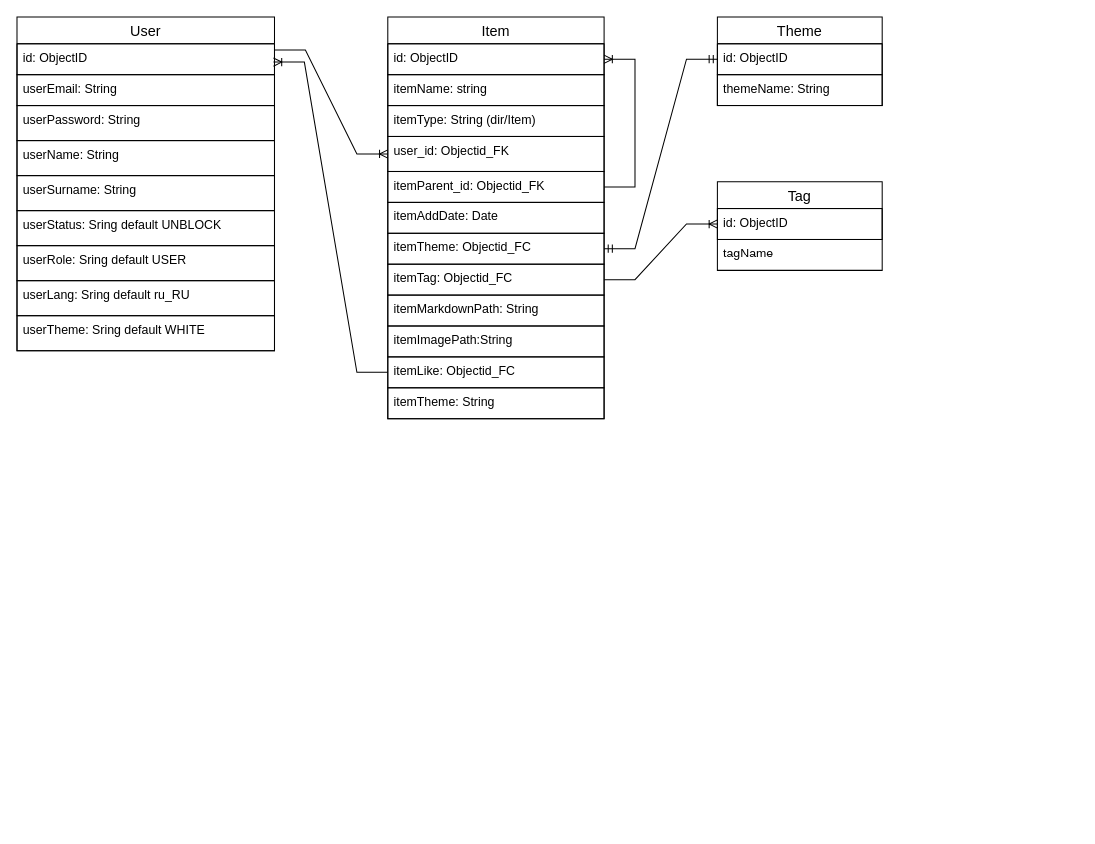
This is mongoDBdiagramm.drawio from Evg-const/curs-project, a draw.io file, before an edit. Source tidied: cells renumbered, new cells numbered last; positions are measured from the earlier drawing's top-left corner, leaving out a move shared by most shapes. Both pictures are drawn from the tidied source at 103%, with x=0, y=0 at pixel (16, 16).
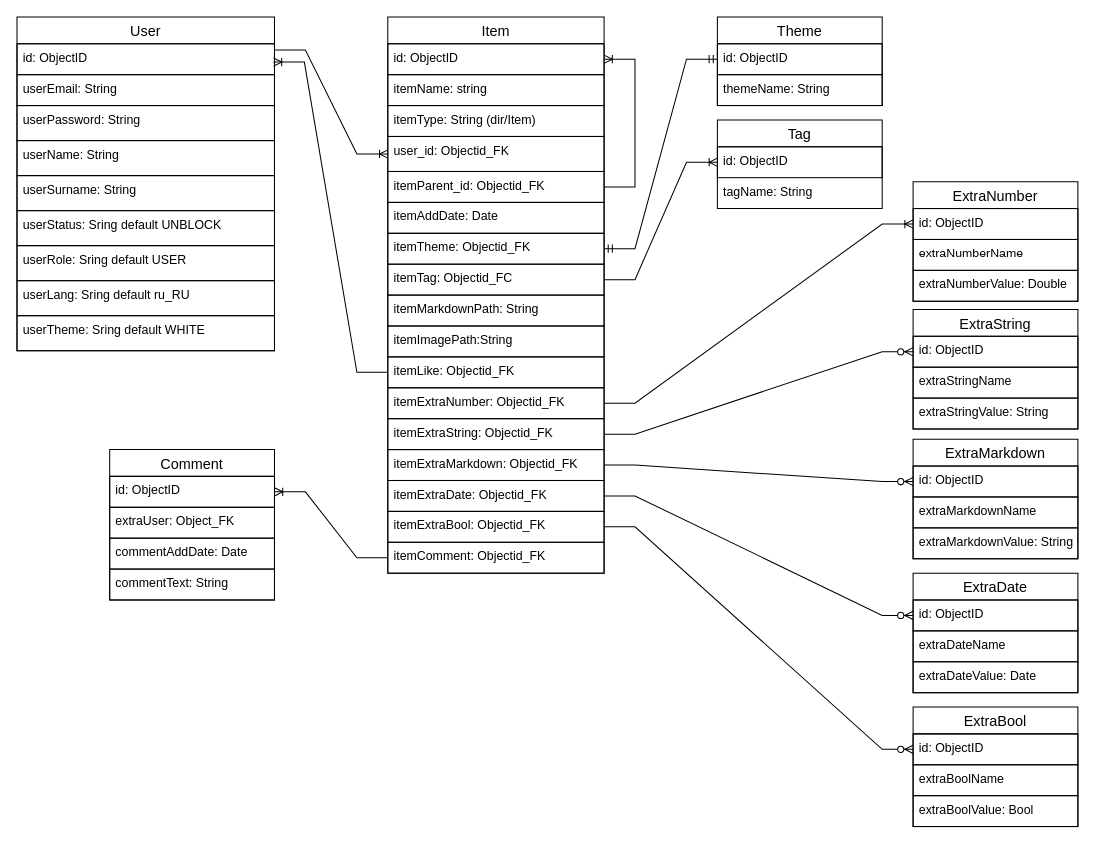
After the change.

What changed in the source:
```diff
@@
     <mxCell id="5" value="Tag" style="swimlane;fontStyle=0;horizontal=1;startSize=26;align=center;fontSize=14;" parent="1" vertex="1">
-      <mxGeometry x="680" y="160" width="160" height="86" as="geometry" />
+      <mxGeometry x="680" y="100" width="160" height="86" as="geometry" />
     </mxCell>
@@
-    <mxCell id="7" value="tagName" style="text;strokeColor=none;fillColor=none;spacingLeft=4;spacingRight=4;overflow=hidden;fontSize=12;" parent="5" vertex="1">
+    <mxCell id="7" value="tagName: String" style="text;strokeColor=none;fillColor=none;spacingLeft=4;spacingRight=4;overflow=hidden;fontSize=12;" parent="5" vertex="1">
       <mxGeometry y="56" width="160" height="30" as="geometry" />
     </mxCell>
@@
     <mxCell id="18" value="Item" style="swimlane;fontStyle=0;horizontal=1;startSize=26;align=center;fontSize=14;strokeColor=default;" parent="1" vertex="1">
-      <mxGeometry x="360" width="210" height="390" as="geometry" />
+      <mxGeometry x="360" width="210" height="540" as="geometry" />
     </mxCell>
@@
-    <mxCell id="25" value="itemTheme: Objectid_FC" style="text;strokeColor=default;fillColor=none;spacingLeft=4;spacingRight=4;overflow=hidden;points=[[0,0.5],[1,0.5]];portConstraint=eastwest;fontSize=12;" parent="18" vertex="1">
+    <mxCell id="25" value="itemTheme: Objectid_FK" style="text;strokeColor=default;fillColor=none;spacingLeft=4;spacingRight=4;overflow=hidden;points=[[0,0.5],[1,0.5]];portConstraint=eastwest;fontSize=12;" parent="18" vertex="1">
       <mxGeometry y="210" width="210" height="30" as="geometry" />
     </mxCell>
@@
-    <mxCell id="29" value="itemLike: Objectid_FC" style="text;strokeColor=default;fillColor=none;spacingLeft=4;spacingRight=4;overflow=hidden;points=[[0,0.5],[1,0.5]];portConstraint=eastwest;fontSize=12;" parent="18" vertex="1">
+    <mxCell id="29" value="itemLike: Objectid_FK" style="text;strokeColor=default;fillColor=none;spacingLeft=4;spacingRight=4;overflow=hidden;points=[[0,0.5],[1,0.5]];portConstraint=eastwest;fontSize=12;" parent="18" vertex="1">
       <mxGeometry y="330" width="210" height="30" as="geometry" />
     </mxCell>
@@
-    <mxCell id="31" value="itemTheme: String" style="text;strokeColor=default;fillColor=none;spacingLeft=4;spacingRight=4;overflow=hidden;points=[[0,0.5],[1,0.5]];portConstraint=eastwest;fontSize=12;" parent="18" vertex="1">
+    <mxCell id="31" value="itemExtraNumber: Objectid_FK" style="text;strokeColor=default;fillColor=none;spacingLeft=4;spacingRight=4;overflow=hidden;points=[[0,0.5],[1,0.5]];portConstraint=eastwest;fontSize=12;" parent="18" vertex="1">
       <mxGeometry y="360" width="210" height="30" as="geometry" />
     </mxCell>
+    <mxCell id="36" value="itemExtraString: Objectid_FK" style="text;strokeColor=default;fillColor=none;spacingLeft=4;spacingRight=4;overflow=hidden;points=[[0,0.5],[1,0.5]];portConstraint=eastwest;fontSize=12;" parent="18" vertex="1">
+      <mxGeometry y="390" width="210" height="30" as="geometry" />
+    </mxCell>
+    <mxCell id="37" value="itemExtraMarkdown: Objectid_FK" style="text;strokeColor=default;fillColor=none;spacingLeft=4;spacingRight=4;overflow=hidden;points=[[0,0.5],[1,0.5]];portConstraint=eastwest;fontSize=12;" parent="18" vertex="1">
+      <mxGeometry y="420" width="210" height="30" as="geometry" />
+    </mxCell>
+    <mxCell id="38" value="itemExtraDate: Objectid_FK" style="text;strokeColor=default;fillColor=none;spacingLeft=4;spacingRight=4;overflow=hidden;points=[[0,0.5],[1,0.5]];portConstraint=eastwest;fontSize=12;" parent="18" vertex="1">
+      <mxGeometry y="450" width="210" height="30" as="geometry" />
+    </mxCell>
+    <mxCell id="39" value="itemExtraBool: Objectid_FK" style="text;strokeColor=default;fillColor=none;spacingLeft=4;spacingRight=4;overflow=hidden;points=[[0,0.5],[1,0.5]];portConstraint=eastwest;fontSize=12;" parent="18" vertex="1">
+      <mxGeometry y="480" width="210" height="30" as="geometry" />
+    </mxCell>
+    <mxCell id="40" value="itemComment: Objectid_FK" style="text;strokeColor=default;fillColor=none;spacingLeft=4;spacingRight=4;overflow=hidden;points=[[0,0.5],[1,0.5]];portConstraint=eastwest;fontSize=12;" parent="18" vertex="1">
+      <mxGeometry y="510" width="210" height="30" as="geometry" />
+    </mxCell>
@@
+    <mxCell id="41" value="ExtraNumber" style="swimlane;fontStyle=0;horizontal=1;startSize=26;align=center;fontSize=14;strokeColor=default;" parent="1" vertex="1">
+      <mxGeometry x="870" y="160" width="160" height="116" as="geometry" />
+    </mxCell>
+    <mxCell id="42" value="id: ObjectID" style="text;strokeColor=default;fillColor=none;spacingLeft=4;spacingRight=4;overflow=hidden;points=[[0,0.5],[1,0.5]];portConstraint=eastwest;fontSize=12;swimlaneFillColor=none;" parent="41" vertex="1">
+      <mxGeometry y="26" width="160" height="30" as="geometry" />
+    </mxCell>
+    <mxCell id="43" value="extraNumberName" style="text;strokeColor=default;fillColor=none;spacingLeft=4;spacingRight=4;overflow=hidden;fontSize=12;" parent="41" vertex="1">
+      <mxGeometry y="56" width="160" height="30" as="geometry" />
+    </mxCell>
+    <mxCell id="44" value="extraNumberValue: Double" style="text;strokeColor=default;fillColor=none;spacingLeft=4;spacingRight=4;overflow=hidden;fontSize=12;" parent="41" vertex="1">
+      <mxGeometry y="86" width="160" height="30" as="geometry" />
+    </mxCell>
+    <mxCell id="45" value="ExtraString" style="swimlane;fontStyle=0;horizontal=1;startSize=26;align=center;fontSize=14;strokeColor=default;" parent="1" vertex="1">
+      <mxGeometry x="870" y="284" width="160" height="116" as="geometry" />
+    </mxCell>
+    <mxCell id="46" value="id: ObjectID" style="text;strokeColor=default;fillColor=none;spacingLeft=4;spacingRight=4;overflow=hidden;points=[[0,0.5],[1,0.5]];portConstraint=eastwest;fontSize=12;swimlaneFillColor=none;" parent="45" vertex="1">
+      <mxGeometry y="26" width="160" height="30" as="geometry" />
+    </mxCell>
+    <mxCell id="47" value="extraStringName" style="text;strokeColor=default;fillColor=none;spacingLeft=4;spacingRight=4;overflow=hidden;fontSize=12;" parent="45" vertex="1">
+      <mxGeometry y="56" width="160" height="30" as="geometry" />
+    </mxCell>
+    <mxCell id="48" value="extraStringValue: String" style="text;strokeColor=default;fillColor=none;spacingLeft=4;spacingRight=4;overflow=hidden;fontSize=12;" parent="45" vertex="1">
+      <mxGeometry y="86" width="160" height="30" as="geometry" />
+    </mxCell>
+    <mxCell id="49" value="ExtraMarkdown" style="swimlane;fontStyle=0;horizontal=1;startSize=26;align=center;fontSize=14;strokeColor=default;" parent="1" vertex="1">
+      <mxGeometry x="870" y="410" width="160" height="116" as="geometry" />
+    </mxCell>
+    <mxCell id="50" value="id: ObjectID" style="text;strokeColor=default;fillColor=none;spacingLeft=4;spacingRight=4;overflow=hidden;points=[[0,0.5],[1,0.5]];portConstraint=eastwest;fontSize=12;swimlaneFillColor=none;" parent="49" vertex="1">
+      <mxGeometry y="26" width="160" height="30" as="geometry" />
+    </mxCell>
+    <mxCell id="51" value="extraMarkdownName" style="text;strokeColor=default;fillColor=none;spacingLeft=4;spacingRight=4;overflow=hidden;fontSize=12;" parent="49" vertex="1">
+      <mxGeometry y="56" width="160" height="30" as="geometry" />
+    </mxCell>
+    <mxCell id="52" value="extraMarkdownValue: String" style="text;strokeColor=default;fillColor=none;spacingLeft=4;spacingRight=4;overflow=hidden;fontSize=12;" parent="49" vertex="1">
+      <mxGeometry y="86" width="160" height="30" as="geometry" />
+    </mxCell>
+    <mxCell id="53" value="ExtraDate" style="swimlane;fontStyle=0;horizontal=1;startSize=26;align=center;fontSize=14;strokeColor=default;" parent="1" vertex="1">
+      <mxGeometry x="870" y="540" width="160" height="116" as="geometry" />
+    </mxCell>
+    <mxCell id="54" value="id: ObjectID" style="text;strokeColor=default;fillColor=none;spacingLeft=4;spacingRight=4;overflow=hidden;points=[[0,0.5],[1,0.5]];portConstraint=eastwest;fontSize=12;swimlaneFillColor=none;" parent="53" vertex="1">
+      <mxGeometry y="26" width="160" height="30" as="geometry" />
+    </mxCell>
+    <mxCell id="55" value="extraDateName" style="text;strokeColor=default;fillColor=none;spacingLeft=4;spacingRight=4;overflow=hidden;fontSize=12;" parent="53" vertex="1">
+      <mxGeometry y="56" width="160" height="30" as="geometry" />
+    </mxCell>
+    <mxCell id="56" value="extraDateValue: Date" style="text;strokeColor=default;fillColor=none;spacingLeft=4;spacingRight=4;overflow=hidden;fontSize=12;" parent="53" vertex="1">
+      <mxGeometry y="86" width="160" height="30" as="geometry" />
+    </mxCell>
+    <mxCell id="57" value="ExtraBool" style="swimlane;fontStyle=0;horizontal=1;startSize=26;align=center;fontSize=14;strokeColor=default;" parent="1" vertex="1">
+      <mxGeometry x="870" y="670" width="160" height="116" as="geometry" />
+    </mxCell>
+    <mxCell id="58" value="id: ObjectID" style="text;strokeColor=default;fillColor=none;spacingLeft=4;spacingRight=4;overflow=hidden;points=[[0,0.5],[1,0.5]];portConstraint=eastwest;fontSize=12;swimlaneFillColor=none;" parent="57" vertex="1">
+      <mxGeometry y="26" width="160" height="30" as="geometry" />
+    </mxCell>
+    <mxCell id="59" value="extraBoolName" style="text;strokeColor=default;fillColor=none;spacingLeft=4;spacingRight=4;overflow=hidden;fontSize=12;" parent="57" vertex="1">
+      <mxGeometry y="56" width="160" height="30" as="geometry" />
+    </mxCell>
+    <mxCell id="60" value="extraBoolValue: Bool" style="text;strokeColor=default;fillColor=none;spacingLeft=4;spacingRight=4;overflow=hidden;fontSize=12;" parent="57" vertex="1">
+      <mxGeometry y="86" width="160" height="30" as="geometry" />
+    </mxCell>
+    <mxCell id="61" style="edgeStyle=entityRelationEdgeStyle;fontSize=12;html=1;endArrow=ERoneToMany;rounded=0;strokeColor=default;exitX=1;exitY=0.5;exitDx=0;exitDy=0;entryX=0;entryY=0.5;entryDx=0;entryDy=0;" parent="1" edge="1" source="31" target="42">
+      <mxGeometry relative="1" as="geometry" />
+    </mxCell>
+    <mxCell id="62" style="edgeStyle=entityRelationEdgeStyle;fontSize=12;html=1;endArrow=ERzeroToMany;endFill=1;rounded=0;strokeColor=default;exitX=1;exitY=0.5;exitDx=0;exitDy=0;entryX=0;entryY=0.5;entryDx=0;entryDy=0;" parent="1" edge="1" source="36" target="46">
+      <mxGeometry relative="1" as="geometry" />
+    </mxCell>
+    <mxCell id="63" style="edgeStyle=entityRelationEdgeStyle;fontSize=12;html=1;endArrow=ERzeroToMany;endFill=1;rounded=0;strokeColor=default;exitX=1;exitY=0.5;exitDx=0;exitDy=0;entryX=0;entryY=0.5;entryDx=0;entryDy=0;" parent="1" edge="1" source="37" target="50">
+      <mxGeometry relative="1" as="geometry" />
+    </mxCell>
+    <mxCell id="64" style="edgeStyle=entityRelationEdgeStyle;fontSize=12;html=1;endArrow=ERzeroToMany;endFill=1;rounded=0;strokeColor=default;entryX=0;entryY=0.5;entryDx=0;entryDy=0;" parent="1" edge="1" source="38" target="54">
+      <mxGeometry relative="1" as="geometry" />
+    </mxCell>
+    <mxCell id="65" style="edgeStyle=entityRelationEdgeStyle;fontSize=12;html=1;endArrow=ERzeroToMany;endFill=1;rounded=0;strokeColor=default;exitX=1;exitY=0.5;exitDx=0;exitDy=0;" parent="1" edge="1" source="39" target="58">
+      <mxGeometry relative="1" as="geometry" />
+    </mxCell>
+    <mxCell id="66" value="Comment" style="swimlane;fontStyle=0;horizontal=1;startSize=26;align=center;fontSize=14;strokeColor=default;" parent="1" vertex="1">
+      <mxGeometry x="90" y="420" width="160" height="146" as="geometry" />
+    </mxCell>
+    <mxCell id="67" value="id: ObjectID" style="text;strokeColor=default;fillColor=none;spacingLeft=4;spacingRight=4;overflow=hidden;points=[[0,0.5],[1,0.5]];portConstraint=eastwest;fontSize=12;swimlaneFillColor=none;" parent="66" vertex="1">
+      <mxGeometry y="26" width="160" height="30" as="geometry" />
+    </mxCell>
+    <mxCell id="68" value="extraUser: Object_FK" style="text;strokeColor=default;fillColor=none;spacingLeft=4;spacingRight=4;overflow=hidden;fontSize=12;" parent="66" vertex="1">
+      <mxGeometry y="56" width="160" height="30" as="geometry" />
+    </mxCell>
+    <mxCell id="69" value="commentAddDate: Date" style="text;strokeColor=default;fillColor=none;spacingLeft=4;spacingRight=4;overflow=hidden;fontSize=12;" parent="66" vertex="1">
+      <mxGeometry y="86" width="160" height="30" as="geometry" />
+    </mxCell>
+    <mxCell id="70" value="commentText: String" style="text;strokeColor=default;fillColor=none;spacingLeft=4;spacingRight=4;overflow=hidden;fontSize=12;" parent="66" vertex="1">
+      <mxGeometry y="116" width="160" height="30" as="geometry" />
+    </mxCell>
+    <mxCell id="71" style="edgeStyle=entityRelationEdgeStyle;fontSize=12;html=1;endArrow=ERoneToMany;rounded=0;strokeColor=default;" parent="1" edge="1" source="40" target="67">
+      <mxGeometry relative="1" as="geometry" />
+    </mxCell>
```
